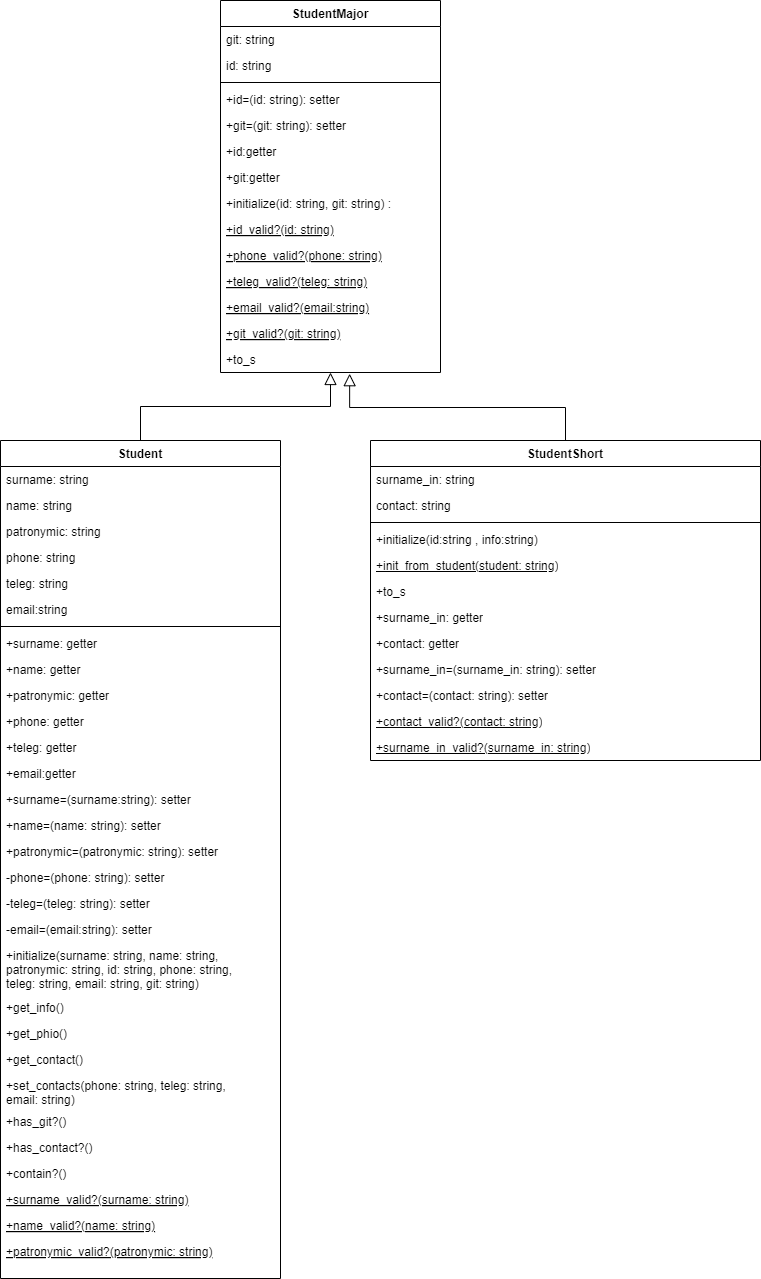
xchall/Ruby-tasks keeps this draw.io diagram as Students/Диаграмма_классов_student.png. Above is the earlier version. Source tidied: cells renumbered, new cells last; positions are measured from the earlier drawing's top-left corner, leaving out a move shared by most shapes.
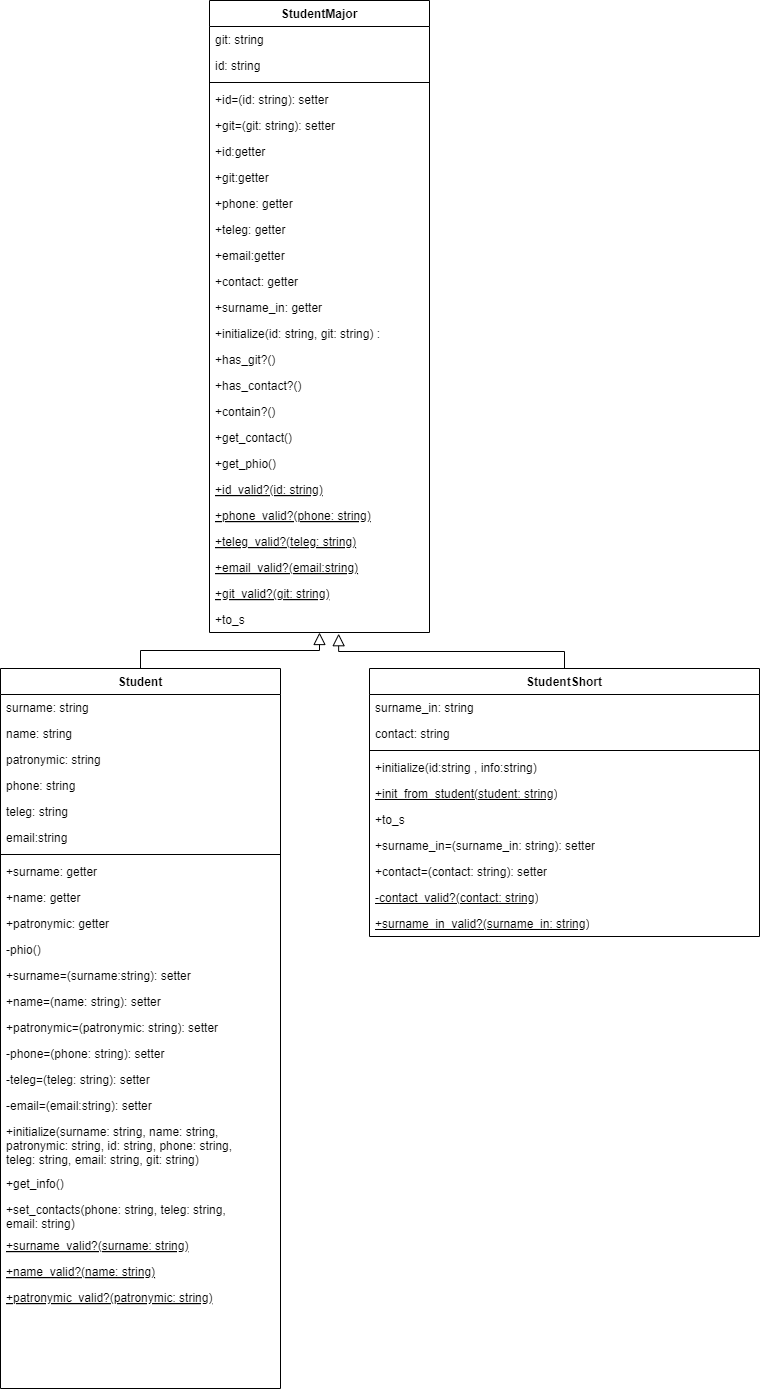
The same diagram one commit later.

Commit message:
Лаб2.Задание2.6Изменили диаграмму классов (методы)

Добавили в StudentMajor геттеры из Student и из StudentShort, общие методы вынесены в StudentMajor

Change to the diagram source:
```diff
@@ -3,7 +3,7 @@
     <mxCell id="0" />
     <mxCell id="1" parent="0" />
     <mxCell id="2" value="StudentMajor" style="swimlane;fontStyle=1;align=center;verticalAlign=top;horizontal=1;startSize=26;rounded=0;shadow=0;strokeWidth=1;" parent="1" vertex="1">
-      <mxGeometry x="220" width="220" height="372" as="geometry" />
+      <mxGeometry x="217" y="-106" width="220" height="632" as="geometry" />
     </mxCell>
     <mxCell id="3" value="git: string" style="text;align=left;verticalAlign=top;spacingLeft=4;spacingRight=4;overflow=hidden;" parent="2" vertex="1">
       <mxGeometry y="26" width="220" height="26" as="geometry" />
@@ -26,29 +26,59 @@
     <mxCell id="9" value="+git:getter" style="text;align=left;verticalAlign=top;spacingLeft=4;spacingRight=4;overflow=hidden;" parent="2" vertex="1">
       <mxGeometry y="164" width="220" height="26" as="geometry" />
     </mxCell>
+    <mxCell id="28" value="+phone: getter" style="text;align=left;verticalAlign=top;spacingLeft=4;spacingRight=4;overflow=hidden;" parent="2" vertex="1">
+      <mxGeometry y="190" width="220" height="26" as="geometry" />
+    </mxCell>
+    <mxCell id="29" value="+teleg: getter" style="text;align=left;verticalAlign=top;spacingLeft=4;spacingRight=4;overflow=hidden;" parent="2" vertex="1">
+      <mxGeometry y="216" width="220" height="26" as="geometry" />
+    </mxCell>
+    <mxCell id="30" value="+email:getter" style="text;align=left;verticalAlign=top;spacingLeft=4;spacingRight=4;overflow=hidden;" parent="2" vertex="1">
+      <mxGeometry y="242" width="220" height="26" as="geometry" />
+    </mxCell>
+    <mxCell id="63" value="+contact: getter" style="text;align=left;verticalAlign=top;spacingLeft=4;spacingRight=4;overflow=hidden;" parent="2" vertex="1">
+      <mxGeometry y="268" width="220" height="26" as="geometry" />
+    </mxCell>
+    <mxCell id="64" value="+surname_in: getter" style="text;align=left;verticalAlign=top;spacingLeft=4;spacingRight=4;overflow=hidden;" parent="2" vertex="1">
+      <mxGeometry y="294" width="220" height="26" as="geometry" />
+    </mxCell>
     <mxCell id="10" value="+initialize(id: string, git: string) :" style="text;align=left;verticalAlign=top;spacingLeft=4;spacingRight=4;overflow=hidden;" parent="2" vertex="1">
-      <mxGeometry y="190" width="220" height="26" as="geometry" />
+      <mxGeometry y="320" width="220" height="26" as="geometry" />
     </mxCell>
+    <mxCell id="42" value="+has_git?()" style="text;align=left;verticalAlign=top;spacingLeft=4;spacingRight=4;overflow=hidden;" parent="2" vertex="1">
+      <mxGeometry y="346" width="220" height="26" as="geometry" />
+    </mxCell>
+    <mxCell id="43" value="+has_contact?()" style="text;align=left;verticalAlign=top;spacingLeft=4;spacingRight=4;overflow=hidden;" parent="2" vertex="1">
+      <mxGeometry y="372" width="220" height="26" as="geometry" />
+    </mxCell>
+    <mxCell id="44" value="+contain?()" style="text;align=left;verticalAlign=top;spacingLeft=4;spacingRight=4;overflow=hidden;" parent="2" vertex="1">
+      <mxGeometry y="398" width="220" height="26" as="geometry" />
+    </mxCell>
+    <mxCell id="40" value="+get_contact()" style="text;align=left;verticalAlign=top;spacingLeft=4;spacingRight=4;overflow=hidden;" parent="2" vertex="1">
+      <mxGeometry y="424" width="220" height="26" as="geometry" />
+    </mxCell>
+    <mxCell id="39" value="+get_phio()" style="text;align=left;verticalAlign=top;spacingLeft=4;spacingRight=4;overflow=hidden;" parent="2" vertex="1">
+      <mxGeometry y="450" width="220" height="26" as="geometry" />
+    </mxCell>
     <mxCell id="11" value="+id_valid?(id: string)" style="text;align=left;verticalAlign=top;spacingLeft=4;spacingRight=4;overflow=hidden;fontStyle=4;" parent="2" vertex="1">
-      <mxGeometry y="216" width="220" height="26" as="geometry" />
+      <mxGeometry y="476" width="220" height="26" as="geometry" />
     </mxCell>
     <mxCell id="12" value="+phone_valid?(phone: string)" style="text;align=left;verticalAlign=top;spacingLeft=4;spacingRight=4;overflow=hidden;fontStyle=4;" parent="2" vertex="1">
-      <mxGeometry y="242" width="220" height="26" as="geometry" />
+      <mxGeometry y="502" width="220" height="26" as="geometry" />
     </mxCell>
     <mxCell id="13" value="+teleg_valid?(teleg: string)" style="text;align=left;verticalAlign=top;spacingLeft=4;spacingRight=4;overflow=hidden;fontStyle=4;" parent="2" vertex="1">
-      <mxGeometry y="268" width="220" height="26" as="geometry" />
+      <mxGeometry y="528" width="220" height="26" as="geometry" />
     </mxCell>
     <mxCell id="14" value="+email_valid?(email:string)" style="text;align=left;verticalAlign=top;spacingLeft=4;spacingRight=4;overflow=hidden;fontStyle=4;" parent="2" vertex="1">
-      <mxGeometry y="294" width="220" height="26" as="geometry" />
+      <mxGeometry y="554" width="220" height="26" as="geometry" />
     </mxCell>
     <mxCell id="15" value="+git_valid?(git: string)" style="text;align=left;verticalAlign=top;spacingLeft=4;spacingRight=4;overflow=hidden;fontStyle=4;" parent="2" vertex="1">
-      <mxGeometry y="320" width="220" height="26" as="geometry" />
+      <mxGeometry y="580" width="220" height="26" as="geometry" />
     </mxCell>
     <mxCell id="16" value="+to_s" style="text;align=left;verticalAlign=top;spacingLeft=4;spacingRight=4;overflow=hidden;points=[[0,0.5],[1,0.5]];portConstraint=eastwest;" parent="2" vertex="1">
-      <mxGeometry y="346" width="220" height="26" as="geometry" />
+      <mxGeometry y="606" width="220" height="26" as="geometry" />
     </mxCell>
     <mxCell id="17" value="Student" style="swimlane;fontStyle=1;align=center;verticalAlign=top;horizontal=1;startSize=26;rounded=0;shadow=0;strokeWidth=1;" parent="1" vertex="1">
-      <mxGeometry y="440" width="280" height="838" as="geometry" />
+      <mxGeometry x="8" y="562" width="280" height="720" as="geometry" />
     </mxCell>
     <mxCell id="18" value="surname: string" style="text;align=left;verticalAlign=top;spacingLeft=4;spacingRight=4;overflow=hidden;" parent="17" vertex="1">
       <mxGeometry y="26" width="280" height="26" as="geometry" />
@@ -80,71 +110,50 @@
     <mxCell id="27" value="+patronymic: getter" style="text;align=left;verticalAlign=top;spacingLeft=4;spacingRight=4;overflow=hidden;fontStyle=0;" parent="17" vertex="1">
       <mxGeometry y="242" width="280" height="26" as="geometry" />
     </mxCell>
-    <mxCell id="28" value="+phone: getter" style="text;align=left;verticalAlign=top;spacingLeft=4;spacingRight=4;overflow=hidden;fontStyle=0;" parent="17" vertex="1">
-      <mxGeometry y="268" width="280" height="26" as="geometry" />
-    </mxCell>
-    <mxCell id="29" value="+teleg: getter" style="text;align=left;verticalAlign=top;spacingLeft=4;spacingRight=4;overflow=hidden;fontStyle=0;" parent="17" vertex="1">
-      <mxGeometry y="294" width="280" height="26" as="geometry" />
-    </mxCell>
-    <mxCell id="30" value="+email:getter" style="text;align=left;verticalAlign=top;spacingLeft=4;spacingRight=4;overflow=hidden;fontStyle=0;" parent="17" vertex="1">
-      <mxGeometry y="320" width="280" height="26" as="geometry" />
-    </mxCell>
+    <mxCell id="65" value="-phio()" style="text;align=left;verticalAlign=top;spacingLeft=4;spacingRight=4;overflow=hidden;fontStyle=0;" parent="17" vertex="1">
+      <mxGeometry y="268" width="280" height="26" as="geometry" />
+    </mxCell>
     <mxCell id="31" value="+surname=(surname:string): setter" style="text;align=left;verticalAlign=top;spacingLeft=4;spacingRight=4;overflow=hidden;fontStyle=0;" parent="17" vertex="1">
-      <mxGeometry y="346" width="280" height="26" as="geometry" />
+      <mxGeometry y="294" width="280" height="26" as="geometry" />
     </mxCell>
     <mxCell id="32" value="+name=(name: string): setter" style="text;align=left;verticalAlign=top;spacingLeft=4;spacingRight=4;overflow=hidden;fontStyle=0;" parent="17" vertex="1">
-      <mxGeometry y="372" width="280" height="26" as="geometry" />
+      <mxGeometry y="320" width="280" height="26" as="geometry" />
     </mxCell>
     <mxCell id="33" value="+patronymic=(patronymic: string): setter" style="text;align=left;verticalAlign=top;spacingLeft=4;spacingRight=4;overflow=hidden;fontStyle=0;" parent="17" vertex="1">
-      <mxGeometry y="398" width="280" height="26" as="geometry" />
+      <mxGeometry y="346" width="280" height="26" as="geometry" />
     </mxCell>
     <mxCell id="34" value="-phone=(phone: string): setter" style="text;align=left;verticalAlign=top;spacingLeft=4;spacingRight=4;overflow=hidden;fontStyle=0;" parent="17" vertex="1">
-      <mxGeometry y="424" width="280" height="26" as="geometry" />
+      <mxGeometry y="372" width="280" height="26" as="geometry" />
     </mxCell>
     <mxCell id="35" value="-teleg=(teleg: string): setter" style="text;align=left;verticalAlign=top;spacingLeft=4;spacingRight=4;overflow=hidden;fontStyle=0;" parent="17" vertex="1">
-      <mxGeometry y="450" width="280" height="26" as="geometry" />
+      <mxGeometry y="398" width="280" height="26" as="geometry" />
     </mxCell>
     <mxCell id="36" value="-email=(email:string): setter" style="text;align=left;verticalAlign=top;spacingLeft=4;spacingRight=4;overflow=hidden;fontStyle=0;" parent="17" vertex="1">
-      <mxGeometry y="476" width="280" height="26" as="geometry" />
+      <mxGeometry y="424" width="280" height="26" as="geometry" />
     </mxCell>
     <mxCell id="37" value="+initialize(surname: string, name: string, &#10;patronymic: string, id: string, phone: string, &#10;teleg: string, email: string, git: string)" style="text;align=left;verticalAlign=top;spacingLeft=4;spacingRight=4;overflow=hidden;fontStyle=0;" parent="17" vertex="1">
-      <mxGeometry y="502" width="280" height="52" as="geometry" />
+      <mxGeometry y="450" width="280" height="52" as="geometry" />
     </mxCell>
     <mxCell id="38" value="+get_info()" style="text;align=left;verticalAlign=top;spacingLeft=4;spacingRight=4;overflow=hidden;fontStyle=0;" parent="17" vertex="1">
-      <mxGeometry y="554" width="280" height="26" as="geometry" />
+      <mxGeometry y="502" width="280" height="26" as="geometry" />
     </mxCell>
-    <mxCell id="39" value="+get_phio()" style="text;align=left;verticalAlign=top;spacingLeft=4;spacingRight=4;overflow=hidden;fontStyle=0;" parent="17" vertex="1">
-      <mxGeometry y="580" width="280" height="26" as="geometry" />
-    </mxCell>
-    <mxCell id="40" value="+get_contact()" style="text;align=left;verticalAlign=top;spacingLeft=4;spacingRight=4;overflow=hidden;fontStyle=0;" parent="17" vertex="1">
-      <mxGeometry y="606" width="280" height="26" as="geometry" />
-    </mxCell>
     <mxCell id="41" value="+set_contacts(phone: string, teleg: string, &#10;email: string)" style="text;align=left;verticalAlign=top;spacingLeft=4;spacingRight=4;overflow=hidden;fontStyle=0;" parent="17" vertex="1">
-      <mxGeometry y="632" width="280" height="36" as="geometry" />
+      <mxGeometry y="528" width="280" height="36" as="geometry" />
     </mxCell>
-    <mxCell id="42" value="+has_git?()" style="text;align=left;verticalAlign=top;spacingLeft=4;spacingRight=4;overflow=hidden;fontStyle=0;" parent="17" vertex="1">
-      <mxGeometry y="668" width="280" height="26" as="geometry" />
-    </mxCell>
-    <mxCell id="43" value="+has_contact?()" style="text;align=left;verticalAlign=top;spacingLeft=4;spacingRight=4;overflow=hidden;fontStyle=0;" parent="17" vertex="1">
-      <mxGeometry y="694" width="280" height="26" as="geometry" />
-    </mxCell>
-    <mxCell id="44" value="+contain?()" style="text;align=left;verticalAlign=top;spacingLeft=4;spacingRight=4;overflow=hidden;fontStyle=0;" parent="17" vertex="1">
-      <mxGeometry y="720" width="280" height="26" as="geometry" />
-    </mxCell>
     <mxCell id="45" value="+surname_valid?(surname: string)" style="text;align=left;verticalAlign=top;spacingLeft=4;spacingRight=4;overflow=hidden;fontStyle=4;" parent="17" vertex="1">
-      <mxGeometry y="746" width="280" height="26" as="geometry" />
+      <mxGeometry y="564" width="280" height="26" as="geometry" />
     </mxCell>
     <mxCell id="46" value="+name_valid?(name: string)" style="text;align=left;verticalAlign=top;spacingLeft=4;spacingRight=4;overflow=hidden;fontStyle=4;" parent="17" vertex="1">
-      <mxGeometry y="772" width="280" height="26" as="geometry" />
+      <mxGeometry y="590" width="280" height="26" as="geometry" />
     </mxCell>
     <mxCell id="47" value="+patronymic_valid?(patronymic: string)" style="text;align=left;verticalAlign=top;spacingLeft=4;spacingRight=4;overflow=hidden;fontStyle=4;" parent="17" vertex="1">
-      <mxGeometry y="798" width="280" height="26" as="geometry" />
+      <mxGeometry y="616" width="280" height="26" as="geometry" />
     </mxCell>
     <mxCell id="48" style="endArrow=block;endSize=10;endFill=0;shadow=0;strokeWidth=1;rounded=0;curved=0;edgeStyle=elbowEdgeStyle;elbow=vertical;" parent="1" edge="1" source="17" target="2">
       <mxGeometry relative="1" as="geometry" />
     </mxCell>
     <mxCell id="49" value="StudentShort" style="swimlane;fontStyle=1;align=center;verticalAlign=top;horizontal=1;startSize=26;whiteSpace=wrap;html=1;" parent="1" vertex="1">
-      <mxGeometry x="370" y="440" width="390" height="320" as="geometry" />
+      <mxGeometry x="377" y="562" width="390" height="268" as="geometry" />
     </mxCell>
     <mxCell id="50" value="&lt;span style=&quot;text-wrap: nowrap;&quot;&gt;surname_in: string&lt;/span&gt;" style="text;strokeColor=none;fillColor=none;align=left;verticalAlign=top;spacingLeft=4;spacingRight=4;overflow=hidden;whiteSpace=wrap;html=1;" parent="49" vertex="1">
       <mxGeometry y="26" width="390" height="26" as="geometry" />
@@ -164,23 +173,17 @@
     <mxCell id="55" value="+to_s" style="text;strokeColor=none;fillColor=none;align=left;verticalAlign=top;spacingLeft=4;spacingRight=4;overflow=hidden;whiteSpace=wrap;html=1;" parent="49" vertex="1">
       <mxGeometry y="138" width="390" height="26" as="geometry" />
     </mxCell>
-    <mxCell id="56" value="+&lt;span style=&quot;text-wrap: nowrap;&quot;&gt;surname_in: getter&lt;/span&gt;" style="text;strokeColor=none;fillColor=none;align=left;verticalAlign=top;spacingLeft=4;spacingRight=4;overflow=hidden;whiteSpace=wrap;html=1;" parent="49" vertex="1">
-      <mxGeometry y="164" width="390" height="26" as="geometry" />
-    </mxCell>
-    <mxCell id="57" value="&lt;span style=&quot;text-wrap: nowrap;&quot;&gt;+&lt;/span&gt;&lt;span style=&quot;text-wrap: nowrap;&quot;&gt;contact: getter&lt;/span&gt;" style="text;strokeColor=none;fillColor=none;align=left;verticalAlign=top;spacingLeft=4;spacingRight=4;overflow=hidden;whiteSpace=wrap;html=1;" parent="49" vertex="1">
-      <mxGeometry y="190" width="390" height="26" as="geometry" />
-    </mxCell>
     <mxCell id="58" value="+surname_in=(surname_in: string): setter" style="text;strokeColor=none;fillColor=none;align=left;verticalAlign=top;spacingLeft=4;spacingRight=4;overflow=hidden;whiteSpace=wrap;html=1;" parent="49" vertex="1">
-      <mxGeometry y="216" width="390" height="26" as="geometry" />
+      <mxGeometry y="164" width="390" height="26" as="geometry" />
     </mxCell>
     <mxCell id="59" value="+contact=(contact: string): setter" style="text;strokeColor=none;fillColor=none;align=left;verticalAlign=top;spacingLeft=4;spacingRight=4;overflow=hidden;whiteSpace=wrap;html=1;" parent="49" vertex="1">
-      <mxGeometry y="242" width="390" height="26" as="geometry" />
+      <mxGeometry y="190" width="390" height="26" as="geometry" />
     </mxCell>
-    <mxCell id="60" value="+contact_valid?(contact: string)" style="text;strokeColor=none;fillColor=none;align=left;verticalAlign=top;spacingLeft=4;spacingRight=4;overflow=hidden;whiteSpace=wrap;html=1;fontStyle=4;" parent="49" vertex="1">
-      <mxGeometry y="268" width="390" height="26" as="geometry" />
+    <mxCell id="60" value="-contact_valid?(contact: string)" style="text;strokeColor=none;fillColor=none;align=left;verticalAlign=top;spacingLeft=4;spacingRight=4;overflow=hidden;whiteSpace=wrap;html=1;fontStyle=4;" parent="49" vertex="1">
+      <mxGeometry y="216" width="390" height="26" as="geometry" />
     </mxCell>
     <mxCell id="61" value="+surname_in_valid?(surname_in: string)" style="text;strokeColor=none;fillColor=none;align=left;verticalAlign=top;spacingLeft=4;spacingRight=4;overflow=hidden;whiteSpace=wrap;html=1;fontStyle=4;" parent="49" vertex="1">
-      <mxGeometry y="294" width="390" height="26" as="geometry" />
+      <mxGeometry y="242" width="390" height="26" as="geometry" />
     </mxCell>
     <mxCell id="62" style="endArrow=block;endSize=10;endFill=0;shadow=0;strokeWidth=1;rounded=0;curved=0;edgeStyle=elbowEdgeStyle;elbow=vertical;exitX=0.5;exitY=0;exitDx=0;exitDy=0;entryX=0.587;entryY=1.046;entryDx=0;entryDy=0;entryPerimeter=0;" parent="1" edge="1" source="49" target="16">
       <mxGeometry relative="1" as="geometry" />
```
